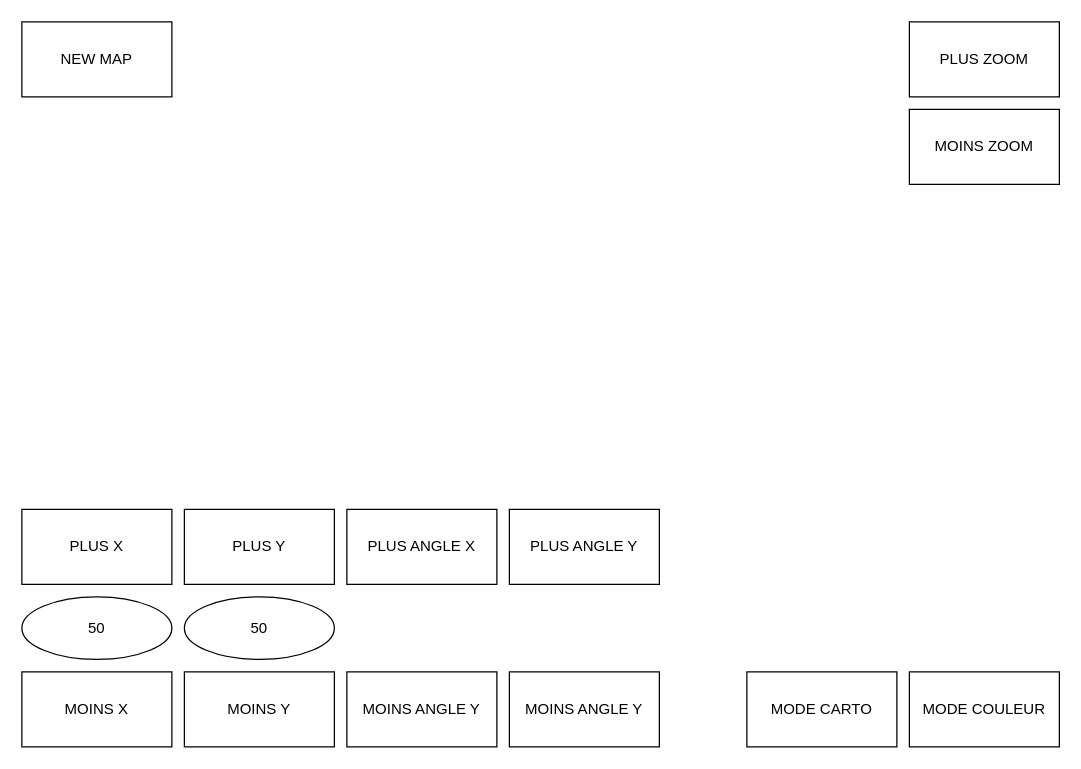
The draw.io diagram buttons_disposition.drawio in pierre1754/My_World, before the edit. Source tidied: cells renumbered, new cells numbered last; positions are measured from the earlier drawing's top-left corner, leaving out a move shared by most shapes. Both pictures are drawn from the tidied source at 125%, with x=0, y=0 at pixel (21, 21).
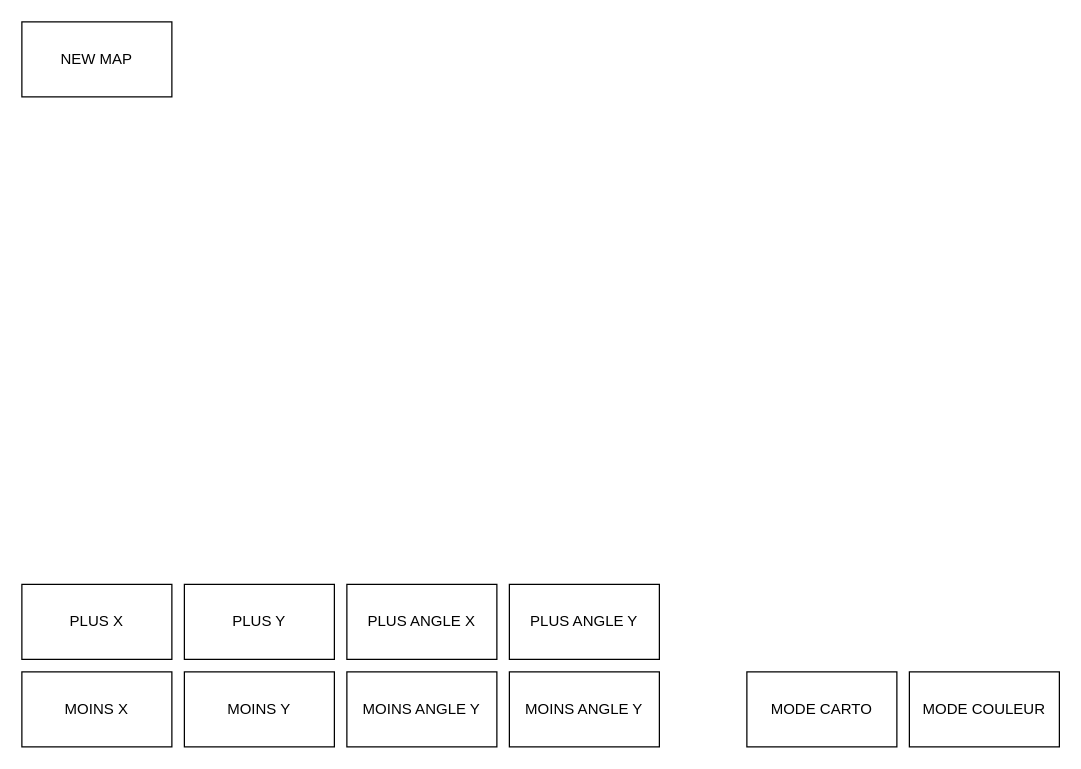
After the change.

The edit, as a diff of the source:
```diff
@@
 <mxGraphModel>
   <root>
     <mxCell id="0" />
     <mxCell id="1" parent="0" />
     <mxCell id="2" value="PLUS X" style="rounded=0;whiteSpace=wrap;html=1;" parent="1" vertex="1">
-      <mxGeometry y="390" width="120" height="60" as="geometry" />
+      <mxGeometry y="450" width="120" height="60" as="geometry" />
     </mxCell>
     <mxCell id="3" value="MOINS X" style="rounded=0;whiteSpace=wrap;html=1;" parent="1" vertex="1">
       <mxGeometry y="520" width="120" height="60" as="geometry" />
     </mxCell>
     <mxCell id="4" value="PLUS Y" style="rounded=0;whiteSpace=wrap;html=1;" parent="1" vertex="1">
-      <mxGeometry x="130" y="390" width="120" height="60" as="geometry" />
+      <mxGeometry x="130" y="450" width="120" height="60" as="geometry" />
     </mxCell>
     <mxCell id="5" value="MOINS Y" style="rounded=0;whiteSpace=wrap;html=1;" parent="1" vertex="1">
       <mxGeometry x="130" y="520" width="120" height="60" as="geometry" />
     </mxCell>
-    <mxCell id="6" value="PLUS ZOOM" style="rounded=0;whiteSpace=wrap;html=1;" parent="1" vertex="1">
-      <mxGeometry x="710" width="120" height="60" as="geometry" />
-    </mxCell>
-    <mxCell id="7" value="MOINS ZOOM" style="rounded=0;whiteSpace=wrap;html=1;" parent="1" vertex="1">
-      <mxGeometry x="710" y="70" width="120" height="60" as="geometry" />
-    </mxCell>
     <mxCell id="8" value="NEW MAP" style="rounded=0;whiteSpace=wrap;html=1;" parent="1" vertex="1">
       <mxGeometry width="120" height="60" as="geometry" />
     </mxCell>
-    <mxCell id="9" value="50" style="ellipse;whiteSpace=wrap;html=1;" parent="1" vertex="1">
-      <mxGeometry y="460" width="120" height="50" as="geometry" />
-    </mxCell>
-    <mxCell id="10" value="50" style="ellipse;whiteSpace=wrap;html=1;" parent="1" vertex="1">
-      <mxGeometry x="130" y="460" width="120" height="50" as="geometry" />
-    </mxCell>
     <mxCell id="11" value="MODE COULEUR" style="rounded=0;whiteSpace=wrap;html=1;" parent="1" vertex="1">
       <mxGeometry x="710" y="520" width="120" height="60" as="geometry" />
     </mxCell>
     <mxCell id="12" value="MODE CARTO" style="rounded=0;whiteSpace=wrap;html=1;" parent="1" vertex="1">
       <mxGeometry x="580" y="520" width="120" height="60" as="geometry" />
     </mxCell>
     <mxCell id="13" value="PLUS ANGLE X" style="rounded=0;whiteSpace=wrap;html=1;" parent="1" vertex="1">
-      <mxGeometry x="260" y="390" width="120" height="60" as="geometry" />
+      <mxGeometry x="260" y="450" width="120" height="60" as="geometry" />
     </mxCell>
     <mxCell id="14" value="MOINS ANGLE Y" style="rounded=0;whiteSpace=wrap;html=1;" parent="1" vertex="1">
       <mxGeometry x="260" y="520" width="120" height="60" as="geometry" />
     </mxCell>
     <mxCell id="15" value="PLUS ANGLE Y" style="rounded=0;whiteSpace=wrap;html=1;" parent="1" vertex="1">
-      <mxGeometry x="390" y="390" width="120" height="60" as="geometry" />
+      <mxGeometry x="390" y="450" width="120" height="60" as="geometry" />
     </mxCell>
     <mxCell id="16" value="MOINS ANGLE Y" style="rounded=0;whiteSpace=wrap;html=1;" parent="1" vertex="1">
       <mxGeometry x="390" y="520" width="120" height="60" as="geometry" />
     </mxCell>
   </root>
 </mxGraphModel>
```
